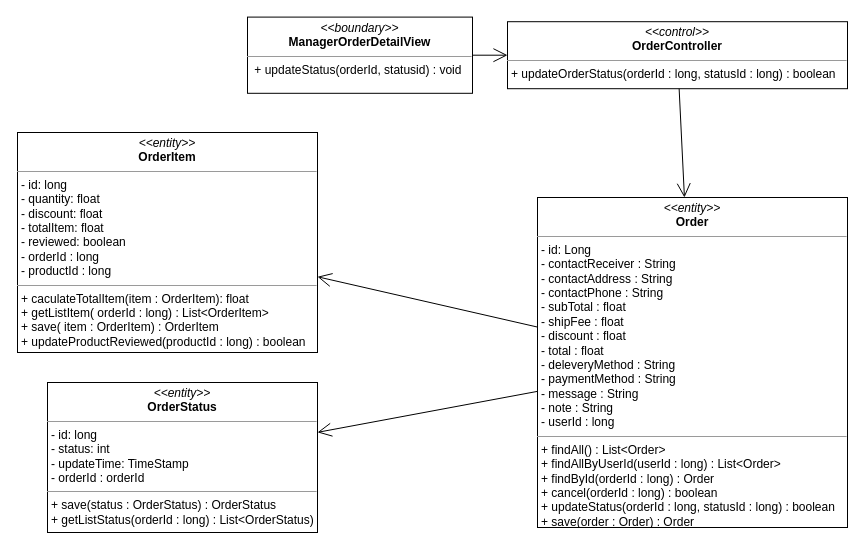
Before: class diagram/manager-updateStatus-order-class-diagram.drawio in nguyenphamvan/datn_20202, a draw.io diagram. Source tidied: cells renumbered, new cells numbered last; positions are measured from the earlier drawing's top-left corner, leaving out a move shared by most shapes. Both pictures are drawn from the tidied source at 100%, with x=0, y=0 at pixel (17, 17).
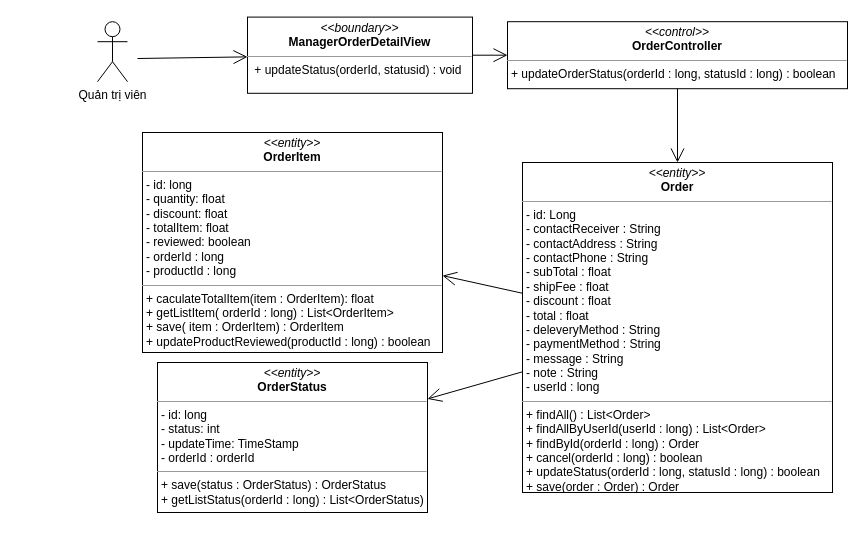
The same diagram, later.

Change to the diagram source:
```diff
@@
 <mxGraphModel>
   <root>
     <mxCell id="0" />
     <mxCell id="1" parent="0" />
     <mxCell id="2" value="&lt;p style=&quot;margin: 0px ; margin-top: 4px ; text-align: center&quot;&gt;&lt;i&gt;&amp;lt;&amp;lt;boundary&amp;gt;&amp;gt;&lt;/i&gt;&lt;br&gt;&lt;b&gt;ManagerOrderDetailView&lt;/b&gt;&lt;/p&gt;&lt;hr size=&quot;1&quot;&gt;&lt;p style=&quot;margin: 0px ; margin-left: 4px&quot;&gt;&lt;span&gt;&amp;nbsp;&lt;/span&gt;&lt;span&gt;+ updateStatus(orderId, statusid) : void&lt;/span&gt;&lt;/p&gt;" style="verticalAlign=top;align=left;overflow=fill;fontSize=12;fontFamily=Helvetica;html=1;" parent="1" vertex="1">
       <mxGeometry x="230" y="-0.4" width="225" height="76.2" as="geometry" />
     </mxCell>
     <mxCell id="3" style="endArrow=open;endFill=1;endSize=12;html=1;exitX=1;exitY=0.5;exitDx=0;exitDy=0;" parent="1" edge="1" source="2" target="4">
       <mxGeometry relative="1" as="geometry" />
     </mxCell>
     <mxCell id="4" value="&lt;p style=&quot;margin: 0px ; margin-top: 4px ; text-align: center&quot;&gt;&lt;i&gt;&amp;lt;&amp;lt;control&amp;gt;&amp;gt;&lt;/i&gt;&lt;br&gt;&lt;b&gt;OrderController&lt;/b&gt;&lt;br&gt;&lt;/p&gt;&lt;hr size=&quot;1&quot;&gt;&lt;p style=&quot;margin: 0px ; margin-left: 4px&quot;&gt;&lt;span&gt;+ updateOrderStatus(orderId : long, statusId : long) : boolean&lt;/span&gt;&lt;br&gt;&lt;/p&gt;" style="verticalAlign=top;align=left;overflow=fill;fontSize=12;fontFamily=Helvetica;html=1;" parent="1" vertex="1">
       <mxGeometry x="490" y="4.2" width="340" height="67" as="geometry" />
     </mxCell>
     <mxCell id="5" style="endArrow=open;endFill=1;endSize=12;html=1;" parent="1" edge="1" source="4" target="8">
       <mxGeometry relative="1" as="geometry" />
     </mxCell>
     <mxCell id="6" value="&lt;p style=&quot;margin: 0px ; margin-top: 4px ; text-align: center&quot;&gt;&lt;i&gt;&amp;lt;&amp;lt;entity&amp;gt;&amp;gt;&lt;/i&gt;&lt;br&gt;&lt;b&gt;OrderItem&lt;/b&gt;&lt;/p&gt;&lt;hr size=&quot;1&quot;&gt;&lt;p style=&quot;margin: 0px ; margin-left: 4px&quot;&gt;- id: long&lt;/p&gt;&lt;p style=&quot;margin: 0px ; margin-left: 4px&quot;&gt;- quantity: float&lt;br&gt;- discount: float&lt;/p&gt;&lt;p style=&quot;margin: 0px ; margin-left: 4px&quot;&gt;- totalItem: float&lt;/p&gt;&lt;p style=&quot;margin: 0px ; margin-left: 4px&quot;&gt;- reviewed: boolean&lt;/p&gt;&lt;p style=&quot;margin: 0px ; margin-left: 4px&quot;&gt;- orderId : long&lt;/p&gt;&lt;p style=&quot;margin: 0px ; margin-left: 4px&quot;&gt;- productId : long&lt;/p&gt;&lt;hr size=&quot;1&quot;&gt;&lt;p style=&quot;margin: 0px 0px 0px 4px&quot;&gt;+ caculateTotalItem(item : OrderItem): float&lt;br&gt;&lt;/p&gt;&lt;p style=&quot;margin: 0px 0px 0px 4px&quot;&gt;+ getListItem( orderId : long) : List&amp;lt;OrderItem&amp;gt;&lt;br&gt;&lt;/p&gt;&lt;p style=&quot;margin: 0px 0px 0px 4px&quot;&gt;+ save( item : OrderItem) : OrderItem&lt;/p&gt;&lt;p style=&quot;margin: 0px 0px 0px 4px&quot;&gt;+ updateProductReviewed(productId : long) : boolean&lt;/p&gt;" style="verticalAlign=top;align=left;overflow=fill;fontSize=12;fontFamily=Helvetica;html=1;" parent="1" vertex="1">
-      <mxGeometry y="115" width="300" height="220" as="geometry" />
+      <mxGeometry x="125" y="115" width="300" height="220" as="geometry" />
     </mxCell>
     <mxCell id="7" value="&lt;p style=&quot;margin: 0px ; margin-top: 4px ; text-align: center&quot;&gt;&lt;i&gt;&amp;lt;&amp;lt;entity&amp;gt;&amp;gt;&lt;/i&gt;&lt;br&gt;&lt;b&gt;OrderStatus&lt;/b&gt;&lt;/p&gt;&lt;hr size=&quot;1&quot;&gt;&lt;p style=&quot;margin: 0px ; margin-left: 4px&quot;&gt;- id: long&lt;/p&gt;&lt;p style=&quot;margin: 0px ; margin-left: 4px&quot;&gt;- status: int&lt;br&gt;- updateTime: TimeStamp&lt;/p&gt;&lt;p style=&quot;margin: 0px ; margin-left: 4px&quot;&gt;- orderId : orderId&lt;/p&gt;&lt;hr size=&quot;1&quot;&gt;&lt;p style=&quot;margin: 0px ; margin-left: 4px&quot;&gt;+ save(status : OrderStatus) : OrderStatus&lt;/p&gt;&lt;p style=&quot;margin: 0px ; margin-left: 4px&quot;&gt;+ getListStatus(orderId : long) : List&amp;lt;OrderStatus)&lt;/p&gt;" style="verticalAlign=top;align=left;overflow=fill;fontSize=12;fontFamily=Helvetica;html=1;" parent="1" vertex="1">
-      <mxGeometry x="30" y="365" width="270" height="150" as="geometry" />
+      <mxGeometry x="140" y="345" width="270" height="150" as="geometry" />
     </mxCell>
     <mxCell id="8" value="&lt;p style=&quot;margin: 0px ; margin-top: 4px ; text-align: center&quot;&gt;&lt;i&gt;&amp;lt;&amp;lt;entity&amp;gt;&amp;gt;&lt;/i&gt;&lt;br&gt;&lt;b&gt;Order&lt;/b&gt;&lt;/p&gt;&lt;hr size=&quot;1&quot;&gt;&lt;p style=&quot;margin: 0px ; margin-left: 4px&quot;&gt;- id: Long&lt;/p&gt;&lt;p style=&quot;margin: 0px ; margin-left: 4px&quot;&gt;- contactReceiver : String&lt;/p&gt;&lt;p style=&quot;margin: 0px ; margin-left: 4px&quot;&gt;- contactAddress : String&lt;/p&gt;&lt;p style=&quot;margin: 0px ; margin-left: 4px&quot;&gt;- contactPhone : String&lt;/p&gt;&lt;p style=&quot;margin: 0px 0px 0px 4px&quot;&gt;- subTotal : float&lt;/p&gt;&lt;p style=&quot;margin: 0px 0px 0px 4px&quot;&gt;- shipFee : float&lt;/p&gt;&lt;p style=&quot;margin: 0px 0px 0px 4px&quot;&gt;- discount : float&lt;/p&gt;&lt;p style=&quot;margin: 0px 0px 0px 4px&quot;&gt;- total : float&lt;/p&gt;&lt;p style=&quot;margin: 0px 0px 0px 4px&quot;&gt;- deleveryMethod : String&lt;/p&gt;&lt;p style=&quot;margin: 0px 0px 0px 4px&quot;&gt;- paymentMethod : String&lt;/p&gt;&lt;p style=&quot;margin: 0px 0px 0px 4px&quot;&gt;- message : String&lt;/p&gt;&lt;p style=&quot;margin: 0px 0px 0px 4px&quot;&gt;- note : String&lt;/p&gt;&lt;p style=&quot;margin: 0px 0px 0px 4px&quot;&gt;- userId : long&lt;/p&gt;&lt;hr size=&quot;1&quot;&gt;&lt;p style=&quot;margin: 0px 0px 0px 4px&quot;&gt;+ findAll() : List&amp;lt;Order&amp;gt;&lt;/p&gt;&lt;p style=&quot;margin: 0px 0px 0px 4px&quot;&gt;+ findAllByUserId(userId : long) : List&amp;lt;Order&amp;gt;&lt;/p&gt;&lt;p style=&quot;margin: 0px 0px 0px 4px&quot;&gt;+ findById(orderId : long) : Order&lt;br&gt;&lt;/p&gt;&lt;p style=&quot;margin: 0px 0px 0px 4px&quot;&gt;+ cancel(orderId : long) : boolean&lt;br&gt;&lt;/p&gt;&lt;p style=&quot;margin: 0px 0px 0px 4px&quot;&gt;+ updateStatus(orderId : long, statusId : long) : boolean&lt;/p&gt;&lt;p style=&quot;margin: 0px 0px 0px 4px&quot;&gt;+ save(order : Order) : Order&lt;/p&gt;" style="verticalAlign=top;align=left;overflow=fill;fontSize=12;fontFamily=Helvetica;html=1;" parent="1" vertex="1">
-      <mxGeometry x="520" y="180" width="310" height="330" as="geometry" />
+      <mxGeometry x="505" y="145" width="310" height="330" as="geometry" />
     </mxCell>
     <mxCell id="9" style="endArrow=open;endFill=1;endSize=12;html=1;" parent="1" edge="1" source="8" target="6">
       <mxGeometry relative="1" as="geometry" />
     </mxCell>
     <mxCell id="10" style="endArrow=open;endFill=1;endSize=12;html=1;" parent="1" edge="1" source="8" target="7">
       <mxGeometry relative="1" as="geometry" />
     </mxCell>
+    <mxCell id="11" value="Quản trị viên" style="shape=umlActor;verticalLabelPosition=bottom;verticalAlign=top;html=1;" parent="1" vertex="1">
+      <mxGeometry x="80" y="4.2" width="30" height="60" as="geometry" />
+    </mxCell>
+    <mxCell id="12" style="endArrow=open;endFill=1;endSize=12;html=1;" parent="1" edge="1" target="2">
+      <mxGeometry relative="1" as="geometry">
+        <mxPoint x="120" y="41" as="sourcePoint" />
+      </mxGeometry>
+    </mxCell>
   </root>
 </mxGraphModel>
```
